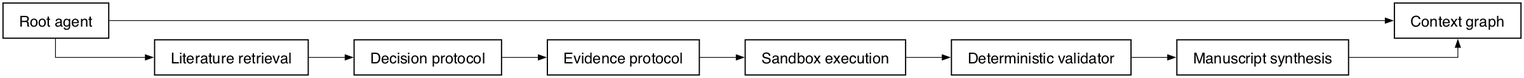
The Graphviz diagram paper/figures/rendered/fig-01.png in umyunsang/argo, before a commit. Its source is kept beside it as paper/figures/rendered/fig-01.dot.
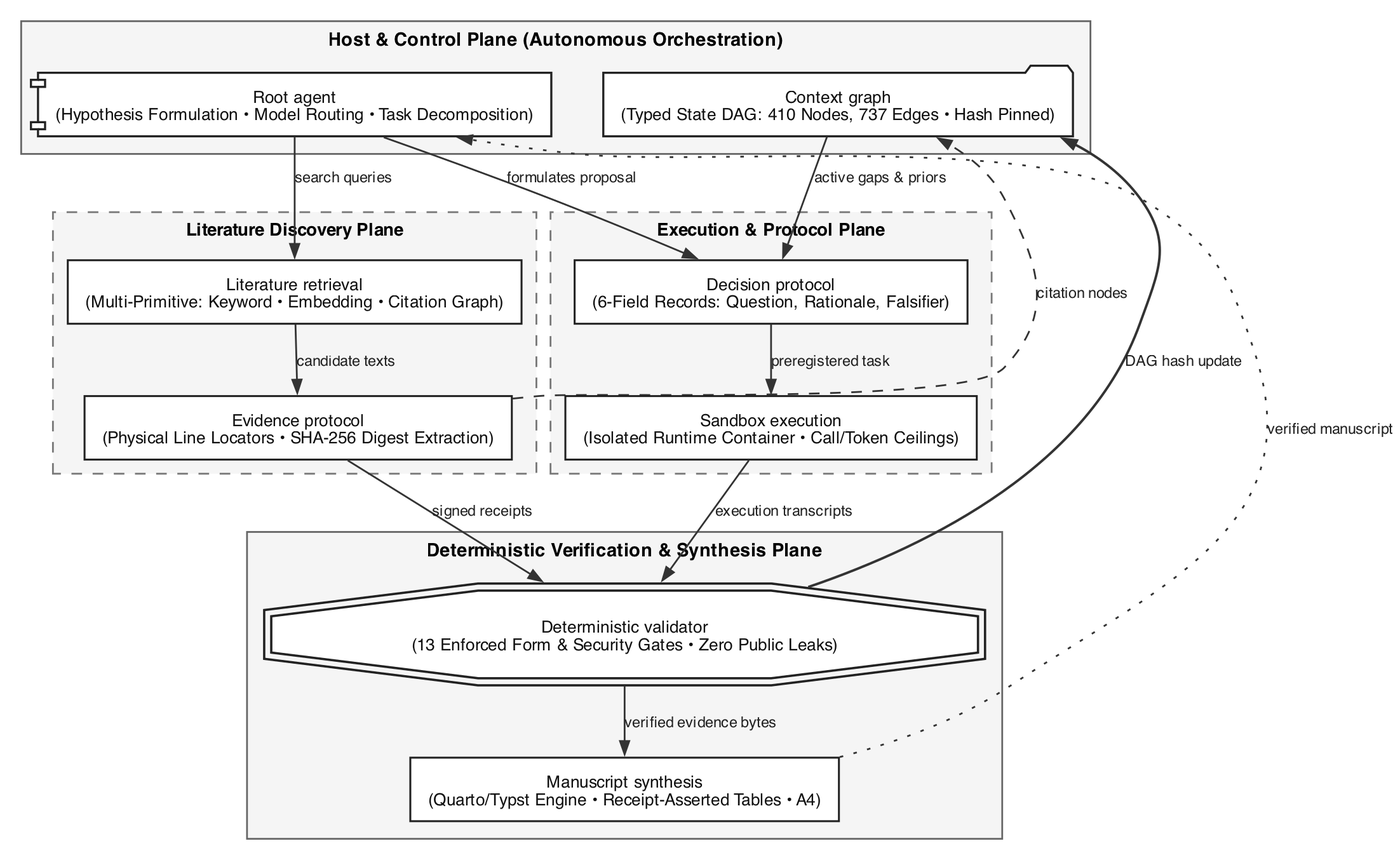
Later version of the same file.

Change to the diagram source:
```diff
@@ -1,24 +1,132 @@
-digraph G {
-  rankdir=LR;
+digraph SystemArchitecture {
+  compound=true;
+  rankdir=TB;
   bgcolor=white;
-  node [shape=box, style=solid, color=black, fontcolor=black, fontname="Helvetica", fontsize=20, penwidth=1.6, margin="0.30,0.18"];
-  edge [color=black, fontcolor=black, arrowhead=normal, penwidth=1.0];
-  splines=ortho;
-  nodesep=0.70; ranksep=0.85;
-  "Root agent" [label="Root agent"];
-  "Context graph" [label="Context graph"];
-  "Literature retrieval" [label="Literature retrieval"];
-  "Decision protocol" [label="Decision protocol"];
-  "Evidence protocol" [label="Evidence protocol"];
-  "Sandbox execution" [label="Sandbox execution"];
-  "Deterministic validator" [label="Deterministic validator"];
-  "Manuscript synthesis" [label="Manuscript synthesis"];
-  "Root agent" -> "Context graph";
-  "Root agent" -> "Literature retrieval";
-  "Literature retrieval" -> "Decision protocol";
-  "Decision protocol" -> "Evidence protocol";
-  "Evidence protocol" -> "Sandbox execution";
-  "Sandbox execution" -> "Deterministic validator";
-  "Deterministic validator" -> "Manuscript synthesis";
-  "Manuscript synthesis" -> "Context graph";
+  nodesep=0.40;
+  ranksep=0.45;
+
+  node [
+    shape=box,
+    style="filled,solid",
+    fillcolor="#FFFFFF",
+    color="#222222",
+    fontcolor="#111111",
+    fontname="Helvetica",
+    fontsize=9.5,
+    penwidth=1.1,
+    margin="0.14,0.09"
+  ];
+
+  edge [
+    color="#333333",
+    fontcolor="#222222",
+    fontname="Helvetica",
+    fontsize=8.5,
+    arrowhead=normal,
+    arrowsize=0.75,
+    penwidth=1.0
+  ];
+
+  subgraph cluster_host {
+    label="Host & Control Plane (Autonomous Orchestration)";
+    fontname="Helvetica-Bold";
+    fontsize=10.5;
+    color="#666666";
+    fillcolor="#F5F5F5";
+    style="filled,solid";
+    penwidth=1.0;
+    margin=10;
+
+    root_agent [
+      label="Root agent\n(Hypothesis Formulation • Model Routing • Task Decomposition)",
+      shape=component,
+      penwidth=1.2
+    ];
+
+    context_graph [
+      label="Context graph\n(Typed State DAG: 410 Nodes, 737 Edges • Hash Pinned)",
+      shape=folder,
+      penwidth=1.2
+    ];
+  }
+
+  subgraph cluster_middle {
+    style=invis;
+
+    subgraph cluster_retrieval {
+      label="Literature Discovery Plane";
+      fontname="Helvetica-Bold";
+      fontsize=10.0;
+      color="#777777";
+      fillcolor="#F5F5F5";
+      style="filled,dashed";
+      margin=8;
+
+      lit_retrieval [
+        label="Literature retrieval\n(Multi-Primitive: Keyword • Embedding • Citation Graph)",
+        fillcolor="#FFFFFF"
+      ];
+
+      evidence_proto [
+        label="Evidence protocol\n(Physical Line Locators • SHA-256 Digest Extraction)",
+        fillcolor="#FFFFFF"
+      ];
+    }
+
+    subgraph cluster_execution {
+      label="Execution & Protocol Plane";
+      fontname="Helvetica-Bold";
+      fontsize=10.0;
+      color="#777777";
+      fillcolor="#F5F5F5";
+      style="filled,dashed";
+      margin=8;
+
+      dec_proto [
+        label="Decision protocol\n(6-Field Records: Question, Rationale, Falsifier)",
+        fillcolor="#FFFFFF"
+      ];
+
+      sandbox_exec [
+        label="Sandbox execution\n(Isolated Runtime Container • Call/Token Ceilings)",
+        fillcolor="#FFFFFF"
+      ];
+    }
+  }
+
+  subgraph cluster_synthesis {
+    label="Deterministic Verification & Synthesis Plane";
+    fontname="Helvetica-Bold";
+    fontsize=10.5;
+    color="#666666";
+    fillcolor="#F5F5F5";
+    style="filled,solid";
+    penwidth=1.0;
+    margin=10;
+
+    validator [
+      label="Deterministic validator\n(13 Enforced Form & Security Gates • Zero Public Leaks)",
+      shape=doubleoctagon,
+      penwidth=1.3,
+      fillcolor="#FFFFFF"
+    ];
+
+    synthesis [
+      label="Manuscript synthesis\n(Quarto/Typst Engine • Receipt-Asserted Tables • A4)",
+      fillcolor="#FFFFFF"
+    ];
+  }
+
+  root_agent -> lit_retrieval [label="search queries"];
+  lit_retrieval -> evidence_proto [label="candidate texts"];
+  root_agent -> dec_proto [label="formulates proposal"];
+  context_graph -> dec_proto [label="active gaps & priors"];
+  dec_proto -> sandbox_exec [label="preregistered task"];
+  sandbox_exec -> validator [label="execution transcripts"];
+  evidence_proto -> validator [label="signed receipts"];
+  validator -> synthesis [label="verified evidence bytes"];
+
+  evidence_proto -> context_graph [constraint=false, label="citation nodes", style=dashed];
+  validator -> context_graph [constraint=false, label="DAG hash update", style=bold, penwidth=1.4];
+  synthesis -> root_agent [constraint=false, label="verified manuscript", style=dotted];
 }
```
